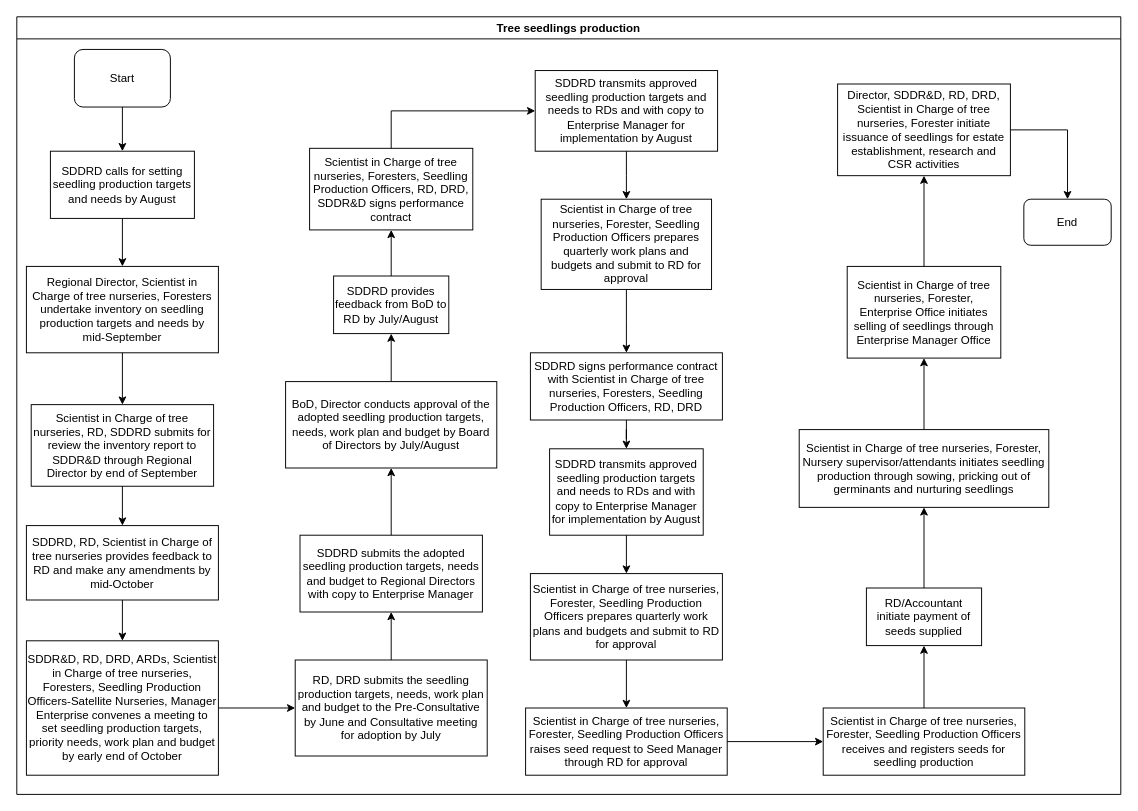
Earlier version of the draw.io diagram KEFRI-R&D-Tree seedlings production.drawio (kmagua/flowcharts). Source tidied: cells renumbered, new cells numbered last; positions are measured from the earlier drawing's top-left corner, leaving out a move shared by most shapes. Both pictures are drawn from the tidied source at 96%, with x=0, y=0 at pixel (16, 16).
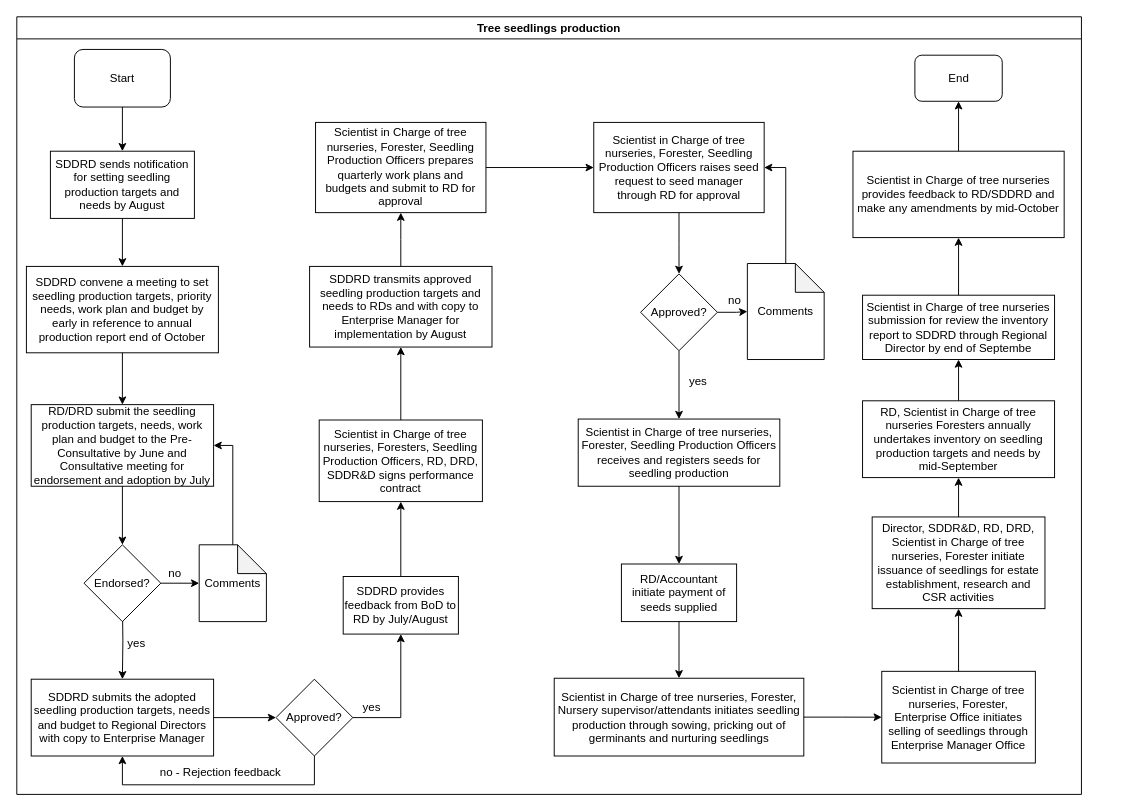
Above is the later version.

The edit, as a diff of the source:
```diff
@@
     <mxCell id="2" value="Tree seedlings production" style="swimlane;" parent="1" vertex="1">
-      <mxGeometry width="1150" height="810" as="geometry" />
+      <mxGeometry width="1109" height="810" as="geometry" />
     </mxCell>
@@
-    <mxCell id="4" value="SDDRD calls for setting seedling production targets and needs by August" style="rounded=0;whiteSpace=wrap;html=1;" parent="2" vertex="1">
+    <mxCell id="4" value="SDDRD sends notification for setting seedling production targets and needs by August" style="rounded=0;whiteSpace=wrap;html=1;" parent="2" vertex="1">
       <mxGeometry x="35" y="140" width="150" height="70" as="geometry" />
     </mxCell>
@@
-    <mxCell id="6" value="Scientist in Charge of tree nurseries, RD, SDDRD submits for review the inventory report to SDDR&amp;amp;D through Regional Director by end of September" style="whiteSpace=wrap;html=1;rounded=0;" parent="2" vertex="1">
+    <mxCell id="6" value="RD/DRD submit the seedling production targets, needs, work plan and budget to the Pre-Consultative by June and Consultative meeting for endorsement and adoption by July" style="whiteSpace=wrap;html=1;rounded=0;" parent="2" vertex="1">
       <mxGeometry x="15" y="404" width="190" height="85" as="geometry" />
     </mxCell>
-    <mxCell id="7" value="SDDR&amp;amp;D, RD, DRD, ARDs, Scientist in Charge of tree nurseries, Foresters, Seedling Production Officers-Satellite Nurseries, Manager Enterprise convenes a meeting to set seedling production targets, priority needs, work plan and budget by early end of October" style="whiteSpace=wrap;html=1;rounded=0;" parent="2" vertex="1">
-      <mxGeometry x="10" y="650" width="200" height="140" as="geometry" />
+    <mxCell id="7" value="SDDRD submits the adopted seedling production targets, needs and budget to Regional Directors with copy to Enterprise Manager" style="whiteSpace=wrap;html=1;rounded=0;" parent="2" vertex="1">
+      <mxGeometry x="15" y="690" width="190" height="80" as="geometry" />
     </mxCell>
-    <mxCell id="8" value="RD, DRD submits the seedling production targets, needs, work plan and budget to the Pre-Consultative by June and Consultative meeting for adoption by July" style="whiteSpace=wrap;html=1;rounded=0;" parent="2" vertex="1">
-      <mxGeometry x="290" y="670" width="200" height="100" as="geometry" />
-    </mxCell>
-    <mxCell id="9" style="edgeStyle=orthogonalEdgeStyle;rounded=0;jettySize=auto;html=1;" parent="2" edge="1" source="7" target="8">
-      <mxGeometry relative="1" as="geometry" />
-    </mxCell>
-    <mxCell id="10" value="BoD, Director conducts approval of the adopted seedling production targets, needs, work plan and budget by Board of Directors by July/August" style="whiteSpace=wrap;html=1;rounded=0;" parent="2" vertex="1">
-      <mxGeometry x="280" y="380" width="220" height="90" as="geometry" />
-    </mxCell>
-    <mxCell id="11" value="Regional Director, Scientist in Charge of tree nurseries, Foresters undertake inventory on seedling production targets and needs by mid-September" style="rounded=0;whiteSpace=wrap;html=1;" parent="2" vertex="1">
+    <mxCell id="11" value="SDDRD convene a meeting to set seedling production targets, priority needs, work plan and budget by early in reference to annual production report end of October" style="rounded=0;whiteSpace=wrap;html=1;" parent="2" vertex="1">
       <mxGeometry x="10" y="260" width="200" height="90" as="geometry" />
     </mxCell>
@@
     <mxCell id="14" value="Scientist in Charge of tree nurseries, Foresters, Seedling Production Officers, RD, DRD, SDDR&amp;amp;D signs performance contract" style="whiteSpace=wrap;html=1;rounded=0;" parent="2" vertex="1">
-      <mxGeometry x="305" y="137" width="170" height="85" as="geometry" />
+      <mxGeometry x="315" y="420" width="170" height="85" as="geometry" />
     </mxCell>
     <mxCell id="15" value="SDDRD transmits approved seedling production targets and needs to RDs and with copy to Enterprise Manager for implementation by August" style="whiteSpace=wrap;html=1;rounded=0;" parent="2" vertex="1">
-      <mxGeometry x="540" y="56" width="190" height="84" as="geometry" />
+      <mxGeometry x="305" y="260" width="190" height="84" as="geometry" />
     </mxCell>
-    <mxCell id="16" style="edgeStyle=orthogonalEdgeStyle;rounded=0;jettySize=auto;html=1;" parent="2" edge="1" source="14" target="15">
-      <mxGeometry relative="1" as="geometry">
-        <Array as="points">
-          <mxPoint x="390" y="98" />
-        </Array>
-      </mxGeometry>
-    </mxCell>
     <mxCell id="17" value="Scientist in Charge of tree nurseries, Forester, Seedling Production Officers prepares quarterly work plans and budgets and submit to RD for approval " style="whiteSpace=wrap;html=1;rounded=0;" parent="2" vertex="1">
-      <mxGeometry x="546.2" y="190" width="177.5" height="94" as="geometry" />
+      <mxGeometry x="311.2" y="110" width="177.5" height="94" as="geometry" />
     </mxCell>
-    <mxCell id="18" style="edgeStyle=orthogonalEdgeStyle;rounded=0;jettySize=auto;html=1;" parent="2" edge="1" source="15" target="17">
+    <mxCell id="18" style="edgeStyle=orthogonalEdgeStyle;rounded=0;jettySize=auto;html=1;exitX=0.5;exitY=0;exitDx=0;exitDy=0;" parent="2" edge="1" source="15" target="17">
       <mxGeometry relative="1" as="geometry" />
     </mxCell>
     <mxCell id="19" value="SDDRD provides feedback from BoD to RD by July/August" style="whiteSpace=wrap;html=1;rounded=0;" parent="2" vertex="1">
-      <mxGeometry x="330" y="270" width="120" height="60" as="geometry" />
+      <mxGeometry x="340" y="583" width="120" height="60" as="geometry" />
     </mxCell>
-    <mxCell id="20" style="edgeStyle=orthogonalEdgeStyle;rounded=0;jettySize=auto;html=1;" parent="2" edge="1" source="10" target="19">
-      <mxGeometry relative="1" as="geometry" />
-    </mxCell>
@@
-    <mxCell id="22" value="SDDRD signs performance contract with Scientist in Charge of tree nurseries, Foresters, Seedling Production Officers, RD, DRD" style="whiteSpace=wrap;html=1;rounded=0;" parent="2" vertex="1">
-      <mxGeometry x="535" y="350" width="200" height="70" as="geometry" />
-    </mxCell>
-    <mxCell id="23" style="edgeStyle=orthogonalEdgeStyle;rounded=0;jettySize=auto;html=1;" parent="2" edge="1" source="17" target="22">
-      <mxGeometry relative="1" as="geometry" />
-    </mxCell>
-    <mxCell id="24" value="Scientist in Charge of tree nurseries, Forester, Seedling Production Officers prepares quarterly work plans and budgets and submit to RD for approval" style="whiteSpace=wrap;html=1;rounded=0;" parent="2" vertex="1">
-      <mxGeometry x="535" y="580" width="200" height="90" as="geometry" />
-    </mxCell>
-    <mxCell id="25" value="Scientist in Charge of tree nurseries, Forester, Seedling Production Officers raises seed request to Seed Manager through RD for approval" style="whiteSpace=wrap;html=1;rounded=0;" parent="2" vertex="1">
-      <mxGeometry x="530" y="720" width="210" height="70" as="geometry" />
-    </mxCell>
-    <mxCell id="26" style="edgeStyle=orthogonalEdgeStyle;rounded=0;jettySize=auto;html=1;" parent="2" edge="1" source="24" target="25">
-      <mxGeometry relative="1" as="geometry" />
-    </mxCell>
     <mxCell id="27" value="Scientist in Charge of tree nurseries, Forester, Seedling Production Officers receives and registers seeds for seedling production" style="whiteSpace=wrap;html=1;rounded=0;" parent="2" vertex="1">
-      <mxGeometry x="840" y="720" width="210" height="70" as="geometry" />
+      <mxGeometry x="584.8" y="419" width="210" height="70" as="geometry" />
     </mxCell>
-    <mxCell id="28" style="edgeStyle=orthogonalEdgeStyle;rounded=0;jettySize=auto;html=1;" parent="2" edge="1" source="25" target="27">
+    <mxCell id="28" style="edgeStyle=orthogonalEdgeStyle;rounded=0;jettySize=auto;html=1;exitX=0.5;exitY=1;exitDx=0;exitDy=0;" parent="2" edge="1" source="57" target="27">
       <mxGeometry relative="1" as="geometry" />
     </mxCell>
     <mxCell id="29" value="RD/Accountant initiate payment of seeds supplied" style="whiteSpace=wrap;html=1;rounded=0;" parent="2" vertex="1">
-      <mxGeometry x="885" y="595" width="120" height="60" as="geometry" />
+      <mxGeometry x="629.8" y="570" width="120" height="60" as="geometry" />
     </mxCell>
@@
-    <mxCell id="31" value="SDDRD, RD, Scientist in Charge of tree nurseries provides feedback to RD and make any amendments by mid-October" style="whiteSpace=wrap;html=1;rounded=0;" parent="2" vertex="1">
-      <mxGeometry x="10" y="530" width="200" height="77.5" as="geometry" />
-    </mxCell>
-    <mxCell id="32" style="edgeStyle=orthogonalEdgeStyle;rounded=0;jettySize=auto;html=1;" parent="2" edge="1" source="6" target="31">
-      <mxGeometry relative="1" as="geometry" />
-    </mxCell>
-    <mxCell id="33" style="edgeStyle=orthogonalEdgeStyle;rounded=0;jettySize=auto;html=1;" parent="2" edge="1" source="31" target="7">
-      <mxGeometry relative="1" as="geometry" />
+    <mxCell id="33" style="edgeStyle=orthogonalEdgeStyle;rounded=0;jettySize=auto;html=1;" parent="2" edge="1" target="7">
+      <mxGeometry relative="1" as="geometry">
+        <mxPoint x="110" y="607.5" as="sourcePoint" />
+      </mxGeometry>
     </mxCell>
-    <mxCell id="34" value="SDDRD submits the adopted seedling production targets, needs and budget to Regional Directors with copy to Enterprise Manager" style="whiteSpace=wrap;html=1;rounded=0;" parent="2" vertex="1">
-      <mxGeometry x="295" y="540" width="190" height="80" as="geometry" />
-    </mxCell>
-    <mxCell id="35" style="edgeStyle=orthogonalEdgeStyle;rounded=0;jettySize=auto;html=1;" parent="2" edge="1" source="8" target="34">
-      <mxGeometry relative="1" as="geometry" />
-    </mxCell>
-    <mxCell id="36" style="edgeStyle=orthogonalEdgeStyle;rounded=0;jettySize=auto;html=1;" parent="2" edge="1" source="34" target="10">
-      <mxGeometry relative="1" as="geometry" />
-    </mxCell>
-    <mxCell id="37" value="SDDRD transmits approved seedling production targets and needs to RDs and with copy to Enterprise Manager for implementation by August" style="whiteSpace=wrap;html=1;rounded=0;" parent="2" vertex="1">
-      <mxGeometry x="555" y="450" width="160" height="90" as="geometry" />
-    </mxCell>
-    <mxCell id="38" style="edgeStyle=orthogonalEdgeStyle;rounded=0;jettySize=auto;html=1;" parent="2" edge="1" source="22" target="37">
-      <mxGeometry relative="1" as="geometry" />
-    </mxCell>
-    <mxCell id="39" style="edgeStyle=orthogonalEdgeStyle;rounded=0;jettySize=auto;html=1;" parent="2" edge="1" source="37" target="24">
-      <mxGeometry relative="1" as="geometry" />
-    </mxCell>
     <mxCell id="40" value="Scientist in Charge of tree nurseries, Forester, Nursery supervisor/attendants initiates seedling production through sowing, pricking out of germinants and nurturing seedlings" style="whiteSpace=wrap;html=1;rounded=0;" parent="2" vertex="1">
-      <mxGeometry x="815" y="430" width="260" height="81" as="geometry" />
+      <mxGeometry x="559.8" y="689" width="260" height="81" as="geometry" />
     </mxCell>
@@
     <mxCell id="42" value="Scientist in Charge of tree nurseries, Forester, Enterprise Office initiates selling of seedlings through Enterprise Manager Office" style="whiteSpace=wrap;html=1;rounded=0;" parent="2" vertex="1">
-      <mxGeometry x="865" y="260" width="160" height="95.5" as="geometry" />
+      <mxGeometry x="901" y="681.8" width="160" height="95.5" as="geometry" />
     </mxCell>
@@
     <mxCell id="44" value="Director, SDDR&amp;amp;D, RD, DRD, Scientist in Charge of tree nurseries, Forester initiate issuance of seedlings for estate establishment, research and CSR activities" style="whiteSpace=wrap;html=1;rounded=0;" parent="2" vertex="1">
-      <mxGeometry x="855" y="70" width="180" height="95.5" as="geometry" />
+      <mxGeometry x="891" y="521" width="180" height="95.5" as="geometry" />
     </mxCell>
@@
     <mxCell id="46" value="End" style="rounded=1;whiteSpace=wrap;html=1;" parent="2" vertex="1">
-      <mxGeometry x="1049" y="190" width="91" height="48" as="geometry" />
+      <mxGeometry x="935.5" y="40" width="91" height="48" as="geometry" />
     </mxCell>
-    <mxCell id="47" style="edgeStyle=orthogonalEdgeStyle;rounded=0;jettySize=auto;html=1;entryX=0.5;entryY=0;entryDx=0;entryDy=0;" parent="2" edge="1" source="44" target="46">
-      <mxGeometry relative="1" as="geometry" />
-    </mxCell>
+    <mxCell id="48" value="Endorsed?" style="rhombus;whiteSpace=wrap;html=1;" parent="2" vertex="1">
+      <mxGeometry x="70" y="550" width="80" height="80" as="geometry" />
+    </mxCell>
+    <mxCell id="32" style="edgeStyle=orthogonalEdgeStyle;rounded=0;jettySize=auto;html=1;" parent="2" edge="1" source="6" target="48">
+      <mxGeometry relative="1" as="geometry" />
+    </mxCell>
+    <mxCell id="49" value="Comments" style="shape=note;whiteSpace=wrap;html=1;backgroundOutline=1;darkOpacity=0.05;" parent="2" vertex="1">
+      <mxGeometry x="190" y="550" width="70" height="80" as="geometry" />
+    </mxCell>
+    <mxCell id="50" style="edgeStyle=orthogonalEdgeStyle;rounded=0;jettySize=auto;html=1;" parent="2" edge="1" source="48" target="49">
+      <mxGeometry relative="1" as="geometry" />
+    </mxCell>
+    <mxCell id="51" style="edgeStyle=orthogonalEdgeStyle;rounded=0;jettySize=auto;html=1;entryX=1;entryY=0.5;entryDx=0;entryDy=0;" parent="2" edge="1" source="49" target="6">
+      <mxGeometry relative="1" as="geometry" />
+    </mxCell>
+    <mxCell id="52" value="no" style="text;html=1;strokeColor=none;fillColor=none;align=center;verticalAlign=middle;whiteSpace=wrap;rounded=0;" parent="2" vertex="1">
+      <mxGeometry x="145" y="570" width="40" height="20" as="geometry" />
+    </mxCell>
+    <mxCell id="53" value="yes" style="text;html=1;strokeColor=none;fillColor=none;align=center;verticalAlign=middle;whiteSpace=wrap;rounded=0;" parent="2" vertex="1">
+      <mxGeometry x="105" y="643" width="40" height="20" as="geometry" />
+    </mxCell>
+    <mxCell id="54" value="Approved?" style="rhombus;whiteSpace=wrap;html=1;rounded=0;" parent="2" vertex="1">
+      <mxGeometry x="270" y="690" width="80" height="80" as="geometry" />
+    </mxCell>
+    <mxCell id="55" style="edgeStyle=orthogonalEdgeStyle;rounded=0;jettySize=auto;html=1;" parent="2" edge="1" source="7" target="54">
+      <mxGeometry relative="1" as="geometry" />
+    </mxCell>
+    <mxCell id="56" style="edgeStyle=orthogonalEdgeStyle;rounded=0;jettySize=auto;html=1;entryX=0.5;entryY=1;entryDx=0;entryDy=0;" parent="2" edge="1" source="54" target="19">
+      <mxGeometry relative="1" as="geometry">
+        <Array as="points">
+          <mxPoint x="400" y="730" />
+        </Array>
+      </mxGeometry>
+    </mxCell>
+    <mxCell id="16" style="edgeStyle=orthogonalEdgeStyle;rounded=0;jettySize=auto;html=1;entryX=0.5;entryY=1;entryDx=0;entryDy=0;" parent="2" edge="1" source="14" target="15">
+      <mxGeometry relative="1" as="geometry" />
+    </mxCell>
+    <mxCell id="57" value="Approved?" style="rhombus;whiteSpace=wrap;html=1;rounded=0;" parent="2" vertex="1">
+      <mxGeometry x="649.8" y="267.8" width="80" height="80" as="geometry" />
+    </mxCell>
+    <mxCell id="58" value="yes" style="text;html=1;strokeColor=none;fillColor=none;align=center;verticalAlign=middle;whiteSpace=wrap;rounded=0;" parent="2" vertex="1">
+      <mxGeometry x="350" y="710" width="40" height="20" as="geometry" />
+    </mxCell>
+    <mxCell id="59" style="edgeStyle=orthogonalEdgeStyle;rounded=0;jettySize=auto;html=1;entryX=0.5;entryY=1;entryDx=0;entryDy=0;" parent="2" edge="1" source="54" target="7">
+      <mxGeometry relative="1" as="geometry">
+        <Array as="points">
+          <mxPoint x="310" y="800" />
+          <mxPoint x="110" y="800" />
+        </Array>
+      </mxGeometry>
+    </mxCell>
+    <mxCell id="60" value="no - Rejection feedback" style="text;html=1;strokeColor=none;fillColor=none;align=center;verticalAlign=middle;whiteSpace=wrap;rounded=0;" parent="2" vertex="1">
+      <mxGeometry x="145" y="777.2" width="135" height="20" as="geometry" />
+    </mxCell>
+    <mxCell id="61" value="yes" style="text;html=1;strokeColor=none;fillColor=none;align=center;verticalAlign=middle;whiteSpace=wrap;rounded=0;" parent="2" vertex="1">
+      <mxGeometry x="689.8" y="370" width="40" height="20" as="geometry" />
+    </mxCell>
+    <mxCell id="62" value="Scientist in Charge of tree nurseries, Forester, Seedling Production Officers raises seed request to seed manager through RD for approval" style="whiteSpace=wrap;html=1;rounded=0;" parent="2" vertex="1">
+      <mxGeometry x="601" y="110" width="177.5" height="94" as="geometry" />
+    </mxCell>
+    <mxCell id="63" style="edgeStyle=orthogonalEdgeStyle;rounded=0;jettySize=auto;html=1;" parent="2" edge="1" source="17" target="62">
+      <mxGeometry relative="1" as="geometry" />
+    </mxCell>
+    <mxCell id="64" style="edgeStyle=orthogonalEdgeStyle;rounded=0;jettySize=auto;html=1;" parent="2" edge="1" source="62" target="57">
+      <mxGeometry relative="1" as="geometry" />
+    </mxCell>
+    <mxCell id="65" value="Comments" style="shape=note;whiteSpace=wrap;html=1;backgroundOutline=1;darkOpacity=0.05;rounded=0;" parent="2" vertex="1">
+      <mxGeometry x="761" y="257" width="80" height="100" as="geometry" />
+    </mxCell>
+    <mxCell id="66" style="edgeStyle=orthogonalEdgeStyle;rounded=0;jettySize=auto;html=1;" parent="2" edge="1" source="57" target="65">
+      <mxGeometry relative="1" as="geometry" />
+    </mxCell>
+    <mxCell id="67" style="edgeStyle=orthogonalEdgeStyle;rounded=0;jettySize=auto;html=1;entryX=1;entryY=0.5;entryDx=0;entryDy=0;" parent="2" edge="1" source="65" target="62">
+      <mxGeometry relative="1" as="geometry" />
+    </mxCell>
+    <mxCell id="68" value="RD, Scientist in Charge of tree nurseries Foresters annually undertakes inventory on seedling production targets and needs by mid-September" style="whiteSpace=wrap;html=1;rounded=0;" parent="2" vertex="1">
+      <mxGeometry x="881" y="400" width="200" height="80" as="geometry" />
+    </mxCell>
+    <mxCell id="69" style="edgeStyle=orthogonalEdgeStyle;rounded=0;jettySize=auto;html=1;" parent="2" edge="1" source="44" target="68">
+      <mxGeometry relative="1" as="geometry" />
+    </mxCell>
+    <mxCell id="70" value="Scientist in Charge of tree nurseries submission for review the inventory report to SDDRD through Regional Director by end of Septembe" style="whiteSpace=wrap;html=1;rounded=0;" parent="2" vertex="1">
+      <mxGeometry x="881" y="290" width="200" height="67" as="geometry" />
+    </mxCell>
+    <mxCell id="71" style="edgeStyle=orthogonalEdgeStyle;rounded=0;jettySize=auto;html=1;" parent="2" edge="1" source="68" target="70">
+      <mxGeometry relative="1" as="geometry" />
+    </mxCell>
+    <mxCell id="72" value="Scientist in Charge of tree nurseries provides feedback to RD/SDDRD and make any amendments by mid-October " style="whiteSpace=wrap;html=1;rounded=0;" parent="2" vertex="1">
+      <mxGeometry x="871" y="140" width="220" height="90" as="geometry" />
+    </mxCell>
+    <mxCell id="73" style="edgeStyle=orthogonalEdgeStyle;rounded=0;jettySize=auto;html=1;" parent="2" edge="1" source="70" target="72">
+      <mxGeometry relative="1" as="geometry" />
+    </mxCell>
+    <mxCell id="74" style="edgeStyle=orthogonalEdgeStyle;rounded=0;jettySize=auto;html=1;" parent="2" edge="1" source="72" target="46">
+      <mxGeometry relative="1" as="geometry" />
+    </mxCell>
+    <mxCell id="75" value="no" style="text;html=1;strokeColor=none;fillColor=none;align=center;verticalAlign=middle;whiteSpace=wrap;rounded=0;" parent="1" vertex="1">
+      <mxGeometry x="728" y="286" width="40" height="20" as="geometry" />
+    </mxCell>
```
